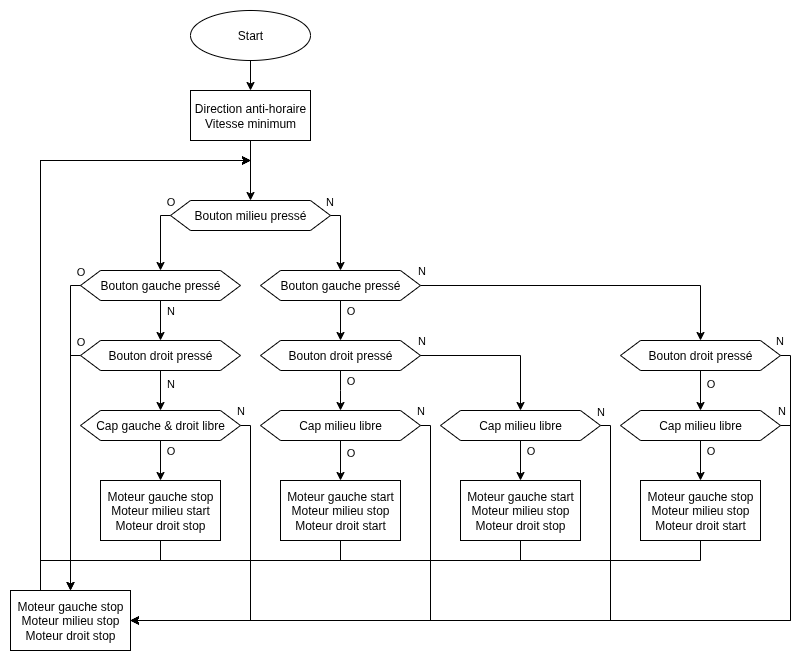
Before: doc/images/manual_sequence.drawio.png, a diagram exported from draw.io (Schokiiiiiiii/csn26). Source tidied: cells renumbered, new cells last; positions are measured from the earlier drawing's top-left corner, leaving out a move shared by most shapes. Its diagram source:
```xml
<mxGraphModel>
  <root>
    <mxCell id="0" />
    <mxCell id="1" parent="0" />
    <mxCell id="2" style="edgeStyle=orthogonalEdgeStyle;rounded=0;jettySize=auto;html=1;" parent="1" edge="1" source="3" target="65">
      <mxGeometry relative="1" as="geometry" />
    </mxCell>
    <mxCell id="3" value="Start" style="ellipse;whiteSpace=wrap;html=1;" parent="1" vertex="1">
      <mxGeometry x="180" width="120" height="50" as="geometry" />
    </mxCell>
    <mxCell id="4" style="edgeStyle=orthogonalEdgeStyle;rounded=0;jettySize=auto;html=1;" parent="1" edge="1" source="8" target="24">
      <mxGeometry relative="1" as="geometry" />
    </mxCell>
    <mxCell id="5" value="O" style="edgeLabel;html=1;align=center;verticalAlign=middle;" parent="4" vertex="1">
      <mxGeometry x="-0.53" y="1" relative="1" as="geometry">
        <mxPoint x="9" as="offset" />
      </mxGeometry>
    </mxCell>
    <mxCell id="6" style="edgeStyle=orthogonalEdgeStyle;rounded=0;jettySize=auto;html=1;" parent="1" edge="1" source="8" target="23">
      <mxGeometry relative="1" as="geometry" />
    </mxCell>
    <mxCell id="7" value="N" style="edgeLabel;html=1;align=center;verticalAlign=middle;" parent="6" vertex="1">
      <mxGeometry x="-0.78" y="-1" relative="1" as="geometry">
        <mxPoint x="-37" y="-16" as="offset" />
      </mxGeometry>
    </mxCell>
    <mxCell id="8" value="Bouton gauche pressé" style="shape=hexagon;perimeter=hexagonPerimeter2;whiteSpace=wrap;html=1;fixedSize=1;" parent="1" vertex="1">
      <mxGeometry x="250" y="260" width="160" height="30" as="geometry" />
    </mxCell>
    <mxCell id="9" style="edgeStyle=orthogonalEdgeStyle;rounded=0;jettySize=auto;html=1;exitX=0;exitY=0.5;exitDx=0;exitDy=0;" parent="1" edge="1" source="13" target="29">
      <mxGeometry relative="1" as="geometry">
        <Array as="points">
          <mxPoint x="150" y="205" />
        </Array>
      </mxGeometry>
    </mxCell>
    <mxCell id="10" value="O" style="edgeLabel;html=1;align=center;verticalAlign=middle;" parent="9" vertex="1">
      <mxGeometry x="-0.55" y="3" relative="1" as="geometry">
        <mxPoint x="7" y="-19" as="offset" />
      </mxGeometry>
    </mxCell>
    <mxCell id="11" style="edgeStyle=orthogonalEdgeStyle;rounded=0;jettySize=auto;html=1;exitX=1;exitY=0.5;exitDx=0;exitDy=0;" parent="1" edge="1" source="13" target="8">
      <mxGeometry relative="1" as="geometry">
        <Array as="points">
          <mxPoint x="330" y="205" />
        </Array>
      </mxGeometry>
    </mxCell>
    <mxCell id="12" value="N" style="edgeLabel;html=1;align=center;verticalAlign=middle;" parent="11" vertex="1">
      <mxGeometry x="-0.66" relative="1" as="geometry">
        <mxPoint x="-11" y="-15" as="offset" />
      </mxGeometry>
    </mxCell>
    <mxCell id="13" value="Bouton milieu pressé" style="shape=hexagon;perimeter=hexagonPerimeter2;whiteSpace=wrap;html=1;fixedSize=1;" parent="1" vertex="1">
      <mxGeometry x="160" y="190" width="160" height="30" as="geometry" />
    </mxCell>
    <mxCell id="14" style="edgeStyle=orthogonalEdgeStyle;rounded=0;jettySize=auto;html=1;exitX=0;exitY=0.5;exitDx=0;exitDy=0;" parent="1" edge="1" source="18" target="31">
      <mxGeometry relative="1" as="geometry">
        <Array as="points">
          <mxPoint x="60" y="345" />
        </Array>
      </mxGeometry>
    </mxCell>
    <mxCell id="15" value="O" style="edgeLabel;html=1;align=center;verticalAlign=middle;" parent="14" vertex="1">
      <mxGeometry x="-0.72" relative="1" as="geometry">
        <mxPoint x="10" y="-39" as="offset" />
      </mxGeometry>
    </mxCell>
    <mxCell id="16" style="edgeStyle=orthogonalEdgeStyle;rounded=0;jettySize=auto;html=1;" parent="1" edge="1" source="18" target="44">
      <mxGeometry relative="1" as="geometry" />
    </mxCell>
    <mxCell id="17" value="N" style="edgeLabel;html=1;align=center;verticalAlign=middle;" parent="16" vertex="1">
      <mxGeometry x="-0.39" y="2" relative="1" as="geometry">
        <mxPoint x="8" as="offset" />
      </mxGeometry>
    </mxCell>
    <mxCell id="18" value="Bouton droit pressé" style="shape=hexagon;perimeter=hexagonPerimeter2;whiteSpace=wrap;html=1;fixedSize=1;" parent="1" vertex="1">
      <mxGeometry x="70" y="330" width="160" height="30" as="geometry" />
    </mxCell>
    <mxCell id="19" style="edgeStyle=orthogonalEdgeStyle;rounded=0;jettySize=auto;html=1;" parent="1" edge="1" source="63" target="37">
      <mxGeometry relative="1" as="geometry" />
    </mxCell>
    <mxCell id="20" value="O" style="edgeLabel;html=1;align=center;verticalAlign=middle;" parent="19" vertex="1">
      <mxGeometry x="-0.48" y="-2" relative="1" as="geometry">
        <mxPoint x="12" as="offset" />
      </mxGeometry>
    </mxCell>
    <mxCell id="21" style="edgeStyle=orthogonalEdgeStyle;rounded=0;jettySize=auto;html=1;exitX=1;exitY=0.5;exitDx=0;exitDy=0;entryX=1;entryY=0.5;entryDx=0;entryDy=0;" parent="1" edge="1" source="23" target="31">
      <mxGeometry relative="1" as="geometry">
        <Array as="points">
          <mxPoint x="780" y="345" />
          <mxPoint x="780" y="610" />
        </Array>
      </mxGeometry>
    </mxCell>
    <mxCell id="22" value="N" style="edgeLabel;html=1;align=center;verticalAlign=middle;" parent="21" vertex="1">
      <mxGeometry x="-0.99" y="3" relative="1" as="geometry">
        <mxPoint x="-8" y="-12" as="offset" />
      </mxGeometry>
    </mxCell>
    <mxCell id="23" value="Bouton droit pressé" style="shape=hexagon;perimeter=hexagonPerimeter2;whiteSpace=wrap;html=1;fixedSize=1;" parent="1" vertex="1">
      <mxGeometry x="610" y="330" width="160" height="30" as="geometry" />
    </mxCell>
    <mxCell id="24" value="Bouton droit pressé" style="shape=hexagon;perimeter=hexagonPerimeter2;whiteSpace=wrap;html=1;fixedSize=1;" parent="1" vertex="1">
      <mxGeometry x="250" y="330" width="160" height="30" as="geometry" />
    </mxCell>
    <mxCell id="25" style="edgeStyle=orthogonalEdgeStyle;rounded=0;jettySize=auto;html=1;exitX=0;exitY=0.5;exitDx=0;exitDy=0;" parent="1" edge="1" target="31">
      <mxGeometry relative="1" as="geometry">
        <mxPoint x="80" y="275" as="sourcePoint" />
        <Array as="points">
          <mxPoint x="60" y="275" />
        </Array>
      </mxGeometry>
    </mxCell>
    <mxCell id="26" value="O" style="edgeLabel;html=1;align=center;verticalAlign=middle;" parent="25" vertex="1">
      <mxGeometry x="-0.86" y="3" relative="1" as="geometry">
        <mxPoint x="7" y="-18" as="offset" />
      </mxGeometry>
    </mxCell>
    <mxCell id="27" style="edgeStyle=orthogonalEdgeStyle;rounded=0;jettySize=auto;html=1;" parent="1" edge="1" source="29" target="18">
      <mxGeometry relative="1" as="geometry" />
    </mxCell>
    <mxCell id="28" value="N" style="edgeLabel;html=1;align=center;verticalAlign=middle;" parent="27" vertex="1">
      <mxGeometry x="-0.55" y="-2" relative="1" as="geometry">
        <mxPoint x="12" as="offset" />
      </mxGeometry>
    </mxCell>
    <mxCell id="29" value="Bouton gauche pressé" style="shape=hexagon;perimeter=hexagonPerimeter2;whiteSpace=wrap;html=1;fixedSize=1;" parent="1" vertex="1">
      <mxGeometry x="70" y="260" width="160" height="30" as="geometry" />
    </mxCell>
    <mxCell id="30" style="edgeStyle=orthogonalEdgeStyle;rounded=0;jettySize=auto;html=1;" parent="1" edge="1" source="31">
      <mxGeometry relative="1" as="geometry">
        <mxPoint x="240" y="150" as="targetPoint" />
        <Array as="points">
          <mxPoint x="30" y="150" />
          <mxPoint x="240" y="150" />
        </Array>
      </mxGeometry>
    </mxCell>
    <mxCell id="31" value="Moteur gauche stop&lt;div&gt;Moteur milieu stop&lt;br&gt;&lt;div&gt;Moteur droit stop&lt;/div&gt;&lt;/div&gt;" style="rounded=0;whiteSpace=wrap;html=1;" parent="1" vertex="1">
      <mxGeometry y="580" width="120" height="60" as="geometry" />
    </mxCell>
    <mxCell id="32" style="edgeStyle=orthogonalEdgeStyle;rounded=0;jettySize=auto;html=1;" parent="1" edge="1" source="33">
      <mxGeometry relative="1" as="geometry">
        <mxPoint x="240" y="150" as="targetPoint" />
        <Array as="points">
          <mxPoint x="150" y="550" />
          <mxPoint x="30" y="550" />
          <mxPoint x="30" y="150" />
          <mxPoint x="240" y="150" />
        </Array>
      </mxGeometry>
    </mxCell>
    <mxCell id="33" value="Moteur gauche stop&lt;div&gt;Moteur milieu start&lt;br&gt;&lt;div&gt;Moteur droit stop&lt;/div&gt;&lt;/div&gt;" style="rounded=0;whiteSpace=wrap;html=1;" parent="1" vertex="1">
      <mxGeometry x="90" y="470" width="120" height="60" as="geometry" />
    </mxCell>
    <mxCell id="34" style="edgeStyle=orthogonalEdgeStyle;rounded=0;jettySize=auto;html=1;" parent="1" edge="1" source="35">
      <mxGeometry relative="1" as="geometry">
        <mxPoint x="240" y="150" as="targetPoint" />
        <Array as="points">
          <mxPoint x="330" y="550" />
          <mxPoint x="30" y="550" />
          <mxPoint x="30" y="150" />
          <mxPoint x="240" y="150" />
        </Array>
      </mxGeometry>
    </mxCell>
    <mxCell id="35" value="Moteur gauche start&lt;div&gt;Moteur milieu stop&lt;br&gt;&lt;div&gt;Moteur droit start&lt;/div&gt;&lt;/div&gt;" style="rounded=0;whiteSpace=wrap;html=1;" parent="1" vertex="1">
      <mxGeometry x="270" y="470" width="120" height="60" as="geometry" />
    </mxCell>
    <mxCell id="36" style="edgeStyle=orthogonalEdgeStyle;rounded=0;jettySize=auto;html=1;" parent="1" edge="1" source="37">
      <mxGeometry relative="1" as="geometry">
        <mxPoint x="240" y="150" as="targetPoint" />
        <Array as="points">
          <mxPoint x="690" y="550" />
          <mxPoint x="30" y="550" />
          <mxPoint x="30" y="150" />
          <mxPoint x="240" y="150" />
        </Array>
      </mxGeometry>
    </mxCell>
    <mxCell id="37" value="Moteur gauche stop&lt;div&gt;Moteur milieu stop&lt;br&gt;&lt;div&gt;Moteur droit start&lt;/div&gt;&lt;/div&gt;" style="rounded=0;whiteSpace=wrap;html=1;" parent="1" vertex="1">
      <mxGeometry x="630" y="470" width="120" height="60" as="geometry" />
    </mxCell>
    <mxCell id="38" style="edgeStyle=orthogonalEdgeStyle;rounded=0;jettySize=auto;html=1;" parent="1" edge="1" source="39">
      <mxGeometry relative="1" as="geometry">
        <mxPoint x="240" y="150" as="targetPoint" />
        <Array as="points">
          <mxPoint x="510" y="550" />
          <mxPoint x="30" y="550" />
          <mxPoint x="30" y="150" />
          <mxPoint x="240" y="150" />
        </Array>
      </mxGeometry>
    </mxCell>
    <mxCell id="39" value="Moteur gauche start&lt;div&gt;Moteur milieu stop&lt;br&gt;&lt;div&gt;Moteur droit stop&lt;/div&gt;&lt;/div&gt;" style="rounded=0;whiteSpace=wrap;html=1;" parent="1" vertex="1">
      <mxGeometry x="450" y="470" width="120" height="60" as="geometry" />
    </mxCell>
    <mxCell id="40" style="edgeStyle=orthogonalEdgeStyle;rounded=0;jettySize=auto;html=1;" parent="1" edge="1" source="44" target="33">
      <mxGeometry relative="1" as="geometry" />
    </mxCell>
    <mxCell id="41" value="O" style="edgeLabel;html=1;align=center;verticalAlign=middle;" parent="40" vertex="1">
      <mxGeometry x="-0.73" y="-5" relative="1" as="geometry">
        <mxPoint x="15" y="5" as="offset" />
      </mxGeometry>
    </mxCell>
    <mxCell id="42" style="edgeStyle=orthogonalEdgeStyle;rounded=0;jettySize=auto;html=1;" parent="1" edge="1" source="44" target="31">
      <mxGeometry relative="1" as="geometry">
        <Array as="points">
          <mxPoint x="240" y="415" />
          <mxPoint x="240" y="610" />
        </Array>
      </mxGeometry>
    </mxCell>
    <mxCell id="43" value="N" style="edgeLabel;html=1;align=center;verticalAlign=middle;" parent="42" vertex="1">
      <mxGeometry x="-0.83" y="-1" relative="1" as="geometry">
        <mxPoint x="-9" y="-34" as="offset" />
      </mxGeometry>
    </mxCell>
    <mxCell id="44" value="Cap gauche &amp;amp; droit libre" style="shape=hexagon;perimeter=hexagonPerimeter2;whiteSpace=wrap;html=1;fixedSize=1;" parent="1" vertex="1">
      <mxGeometry x="70" y="400" width="160" height="30" as="geometry" />
    </mxCell>
    <mxCell id="45" style="edgeStyle=orthogonalEdgeStyle;rounded=0;jettySize=auto;html=1;" parent="1" edge="1" source="24" target="51">
      <mxGeometry relative="1" as="geometry">
        <Array as="points">
          <mxPoint x="330" y="380" />
          <mxPoint x="330" y="380" />
        </Array>
      </mxGeometry>
    </mxCell>
    <mxCell id="46" value="O" style="edgeLabel;html=1;align=center;verticalAlign=middle;" parent="45" vertex="1">
      <mxGeometry x="-0.53" y="4" relative="1" as="geometry">
        <mxPoint x="6" as="offset" />
      </mxGeometry>
    </mxCell>
    <mxCell id="47" style="edgeStyle=orthogonalEdgeStyle;rounded=0;jettySize=auto;html=1;" parent="1" edge="1" source="51" target="35">
      <mxGeometry relative="1" as="geometry" />
    </mxCell>
    <mxCell id="48" value="O" style="edgeLabel;html=1;align=center;verticalAlign=middle;" parent="47" vertex="1">
      <mxGeometry x="-0.4" y="1" relative="1" as="geometry">
        <mxPoint x="9" as="offset" />
      </mxGeometry>
    </mxCell>
    <mxCell id="49" style="edgeStyle=orthogonalEdgeStyle;rounded=0;jettySize=auto;html=1;" parent="1" edge="1" source="51" target="31">
      <mxGeometry relative="1" as="geometry">
        <Array as="points">
          <mxPoint x="420" y="415" />
          <mxPoint x="420" y="610" />
        </Array>
      </mxGeometry>
    </mxCell>
    <mxCell id="50" value="N" style="edgeLabel;html=1;align=center;verticalAlign=middle;" parent="49" vertex="1">
      <mxGeometry x="-0.88" y="-1" relative="1" as="geometry">
        <mxPoint x="-9" y="-36" as="offset" />
      </mxGeometry>
    </mxCell>
    <mxCell id="51" value="Cap milieu libre" style="shape=hexagon;perimeter=hexagonPerimeter2;whiteSpace=wrap;html=1;fixedSize=1;" parent="1" vertex="1">
      <mxGeometry x="250" y="400" width="160" height="30" as="geometry" />
    </mxCell>
    <mxCell id="52" style="edgeStyle=orthogonalEdgeStyle;rounded=0;jettySize=auto;html=1;exitX=1;exitY=0.5;exitDx=0;exitDy=0;" parent="1" edge="1" source="24" target="58">
      <mxGeometry relative="1" as="geometry" />
    </mxCell>
    <mxCell id="53" value="N" style="edgeLabel;html=1;align=center;verticalAlign=middle;" parent="52" vertex="1">
      <mxGeometry x="-0.95" relative="1" as="geometry">
        <mxPoint x="-3" y="-15" as="offset" />
      </mxGeometry>
    </mxCell>
    <mxCell id="54" style="edgeStyle=orthogonalEdgeStyle;rounded=0;jettySize=auto;html=1;" parent="1" edge="1" source="58" target="39">
      <mxGeometry relative="1" as="geometry" />
    </mxCell>
    <mxCell id="55" value="O" style="edgeLabel;html=1;align=center;verticalAlign=middle;" parent="54" vertex="1">
      <mxGeometry x="-0.48" y="3" relative="1" as="geometry">
        <mxPoint x="7" as="offset" />
      </mxGeometry>
    </mxCell>
    <mxCell id="56" style="edgeStyle=orthogonalEdgeStyle;rounded=0;jettySize=auto;html=1;" parent="1" edge="1" source="58" target="31">
      <mxGeometry relative="1" as="geometry">
        <Array as="points">
          <mxPoint x="600" y="415" />
          <mxPoint x="600" y="610" />
        </Array>
      </mxGeometry>
    </mxCell>
    <mxCell id="57" value="N" style="edgeLabel;html=1;align=center;verticalAlign=middle;" parent="56" vertex="1">
      <mxGeometry x="-0.83" y="2" relative="1" as="geometry">
        <mxPoint x="-12" y="-63" as="offset" />
      </mxGeometry>
    </mxCell>
    <mxCell id="58" value="Cap milieu libre" style="shape=hexagon;perimeter=hexagonPerimeter2;whiteSpace=wrap;html=1;fixedSize=1;" parent="1" vertex="1">
      <mxGeometry x="430" y="400" width="160" height="30" as="geometry" />
    </mxCell>
    <mxCell id="59" style="edgeStyle=orthogonalEdgeStyle;rounded=0;jettySize=auto;html=1;" parent="1" edge="1" source="23" target="63">
      <mxGeometry relative="1" as="geometry" />
    </mxCell>
    <mxCell id="60" value="O" style="edgeLabel;html=1;align=center;verticalAlign=middle;" parent="59" vertex="1">
      <mxGeometry x="-0.39" y="6" relative="1" as="geometry">
        <mxPoint x="4" as="offset" />
      </mxGeometry>
    </mxCell>
    <mxCell id="61" style="edgeStyle=orthogonalEdgeStyle;rounded=0;jettySize=auto;html=1;" parent="1" edge="1" source="63" target="31">
      <mxGeometry relative="1" as="geometry">
        <Array as="points">
          <mxPoint x="780" y="415" />
          <mxPoint x="780" y="610" />
        </Array>
      </mxGeometry>
    </mxCell>
    <mxCell id="62" value="N" style="edgeLabel;html=1;align=center;verticalAlign=middle;" parent="61" vertex="1">
      <mxGeometry x="-0.99" relative="1" as="geometry">
        <mxPoint x="-5" y="-15" as="offset" />
      </mxGeometry>
    </mxCell>
    <mxCell id="63" value="Cap milieu libre" style="shape=hexagon;perimeter=hexagonPerimeter2;whiteSpace=wrap;html=1;fixedSize=1;" parent="1" vertex="1">
      <mxGeometry x="610" y="400" width="160" height="30" as="geometry" />
    </mxCell>
    <mxCell id="64" style="edgeStyle=orthogonalEdgeStyle;rounded=0;jettySize=auto;html=1;" parent="1" edge="1" source="65" target="13">
      <mxGeometry relative="1" as="geometry" />
    </mxCell>
    <mxCell id="65" value="Direction anti-horaire&lt;div&gt;Vitesse minimum&lt;/div&gt;" style="rounded=0;whiteSpace=wrap;html=1;" parent="1" vertex="1">
      <mxGeometry x="180" y="80" width="120" height="50" as="geometry" />
    </mxCell>
  </root>
</mxGraphModel>
```
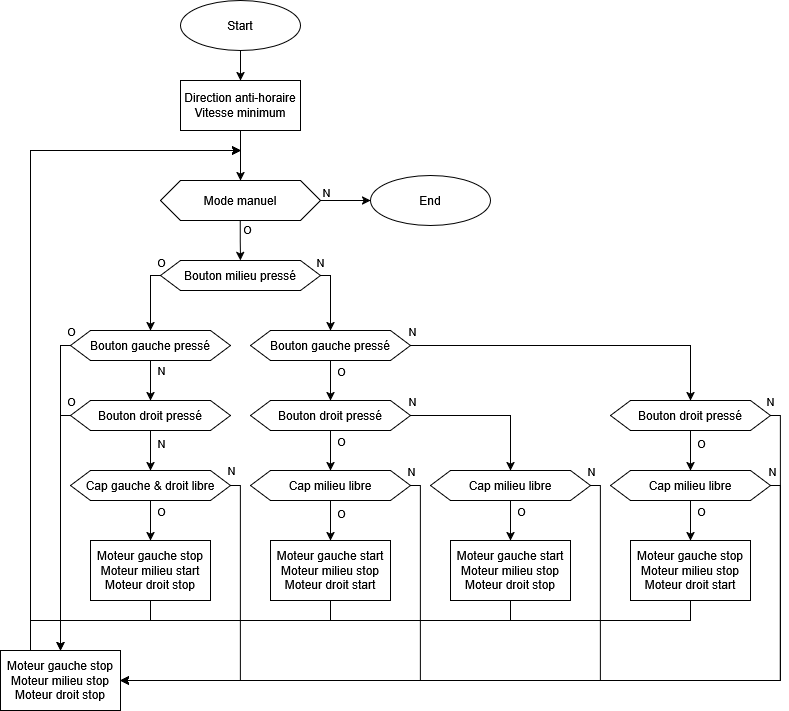
After the commit.

What changed in the source:
```diff
@@ -6,7 +6,7 @@
       <mxGeometry relative="1" as="geometry" />
     </mxCell>
     <mxCell id="3" value="Start" style="ellipse;whiteSpace=wrap;html=1;" parent="1" vertex="1">
-      <mxGeometry x="180" width="120" height="50" as="geometry" />
+      <mxGeometry x="180" y="-70" width="120" height="50" as="geometry" />
     </mxCell>
     <mxCell id="4" style="edgeStyle=orthogonalEdgeStyle;rounded=0;jettySize=auto;html=1;" parent="1" edge="1" source="8" target="24">
       <mxGeometry relative="1" as="geometry" />
@@ -130,10 +130,10 @@
     </mxCell>
     <mxCell id="30" style="edgeStyle=orthogonalEdgeStyle;rounded=0;jettySize=auto;html=1;" parent="1" edge="1" source="31">
       <mxGeometry relative="1" as="geometry">
-        <mxPoint x="240" y="150" as="targetPoint" />
+        <mxPoint x="240" y="80" as="targetPoint" />
         <Array as="points">
-          <mxPoint x="30" y="150" />
-          <mxPoint x="240" y="150" />
+          <mxPoint x="30" y="80" />
+          <mxPoint x="240" y="80" />
         </Array>
       </mxGeometry>
     </mxCell>
@@ -142,12 +142,11 @@
     </mxCell>
     <mxCell id="32" style="edgeStyle=orthogonalEdgeStyle;rounded=0;jettySize=auto;html=1;" parent="1" edge="1" source="33">
       <mxGeometry relative="1" as="geometry">
-        <mxPoint x="240" y="150" as="targetPoint" />
+        <mxPoint x="240" y="80" as="targetPoint" />
         <Array as="points">
           <mxPoint x="150" y="550" />
           <mxPoint x="30" y="550" />
-          <mxPoint x="30" y="150" />
-          <mxPoint x="240" y="150" />
+          <mxPoint x="30" y="80" />
         </Array>
       </mxGeometry>
     </mxCell>
@@ -156,12 +155,11 @@
     </mxCell>
     <mxCell id="34" style="edgeStyle=orthogonalEdgeStyle;rounded=0;jettySize=auto;html=1;" parent="1" edge="1" source="35">
       <mxGeometry relative="1" as="geometry">
-        <mxPoint x="240" y="150" as="targetPoint" />
+        <mxPoint x="240" y="80" as="targetPoint" />
         <Array as="points">
           <mxPoint x="330" y="550" />
           <mxPoint x="30" y="550" />
-          <mxPoint x="30" y="150" />
-          <mxPoint x="240" y="150" />
+          <mxPoint x="30" y="80" />
         </Array>
       </mxGeometry>
     </mxCell>
@@ -170,12 +168,11 @@
     </mxCell>
     <mxCell id="36" style="edgeStyle=orthogonalEdgeStyle;rounded=0;jettySize=auto;html=1;" parent="1" edge="1" source="37">
       <mxGeometry relative="1" as="geometry">
-        <mxPoint x="240" y="150" as="targetPoint" />
+        <mxPoint x="240" y="80" as="targetPoint" />
         <Array as="points">
           <mxPoint x="690" y="550" />
           <mxPoint x="30" y="550" />
-          <mxPoint x="30" y="150" />
-          <mxPoint x="240" y="150" />
+          <mxPoint x="30" y="80" />
         </Array>
       </mxGeometry>
     </mxCell>
@@ -184,12 +181,11 @@
     </mxCell>
     <mxCell id="38" style="edgeStyle=orthogonalEdgeStyle;rounded=0;jettySize=auto;html=1;" parent="1" edge="1" source="39">
       <mxGeometry relative="1" as="geometry">
-        <mxPoint x="240" y="150" as="targetPoint" />
+        <mxPoint x="240" y="80" as="targetPoint" />
         <Array as="points">
           <mxPoint x="510" y="550" />
           <mxPoint x="30" y="550" />
-          <mxPoint x="30" y="150" />
-          <mxPoint x="240" y="150" />
+          <mxPoint x="30" y="80" />
         </Array>
       </mxGeometry>
     </mxCell>
@@ -313,11 +309,41 @@
     <mxCell id="63" value="Cap milieu libre" style="shape=hexagon;perimeter=hexagonPerimeter2;whiteSpace=wrap;html=1;fixedSize=1;" parent="1" vertex="1">
       <mxGeometry x="610" y="400" width="160" height="30" as="geometry" />
     </mxCell>
-    <mxCell id="64" style="edgeStyle=orthogonalEdgeStyle;rounded=0;jettySize=auto;html=1;" parent="1" edge="1" source="65" target="13">
-      <mxGeometry relative="1" as="geometry" />
+    <mxCell id="64" style="edgeStyle=orthogonalEdgeStyle;rounded=0;jettySize=auto;html=1;" parent="1" edge="1" source="65">
+      <mxGeometry relative="1" as="geometry">
+        <mxPoint x="240" y="110" as="targetPoint" />
+      </mxGeometry>
     </mxCell>
     <mxCell id="65" value="Direction anti-horaire&lt;div&gt;Vitesse minimum&lt;/div&gt;" style="rounded=0;whiteSpace=wrap;html=1;" parent="1" vertex="1">
-      <mxGeometry x="180" y="80" width="120" height="50" as="geometry" />
+      <mxGeometry x="180" y="10" width="120" height="50" as="geometry" />
     </mxCell>
+    <mxCell id="66" value="Mode manuel" style="shape=hexagon;perimeter=hexagonPerimeter2;whiteSpace=wrap;html=1;fixedSize=1;" parent="1" vertex="1">
+      <mxGeometry x="160" y="110" width="160" height="40" as="geometry" />
+    </mxCell>
+    <mxCell id="67" style="edgeStyle=orthogonalEdgeStyle;rounded=0;orthogonalLoop=1;jettySize=auto;html=1;" parent="1" edge="1">
+      <mxGeometry relative="1" as="geometry">
+        <mxPoint x="239.7" y="150" as="sourcePoint" />
+        <mxPoint x="240" y="190" as="targetPoint" />
+      </mxGeometry>
+    </mxCell>
+    <mxCell id="68" value="O" style="edgeLabel;html=1;align=center;verticalAlign=middle;" parent="67" vertex="1">
+      <mxGeometry x="-0.56" y="-1" relative="1" as="geometry">
+        <mxPoint x="8" as="offset" />
+      </mxGeometry>
+    </mxCell>
+    <mxCell id="69" style="endArrow=classic;html=1;rounded=0;" parent="1" edge="1">
+      <mxGeometry relative="1" as="geometry">
+        <mxPoint x="320" y="130" as="sourcePoint" />
+        <mxPoint x="370" y="130" as="targetPoint" />
+      </mxGeometry>
+    </mxCell>
+    <mxCell id="70" value="N" style="edgeLabel;html=1;align=center;verticalAlign=middle;" parent="69" vertex="1">
+      <mxGeometry x="-0.08" y="-1" relative="1" as="geometry">
+        <mxPoint x="-18" y="-10" as="offset" />
+      </mxGeometry>
+    </mxCell>
+    <mxCell id="71" value="End" style="ellipse;whiteSpace=wrap;html=1;" parent="1" vertex="1">
+      <mxGeometry x="370" y="105" width="120" height="50" as="geometry" />
+    </mxCell>
   </root>
 </mxGraphModel>
```
